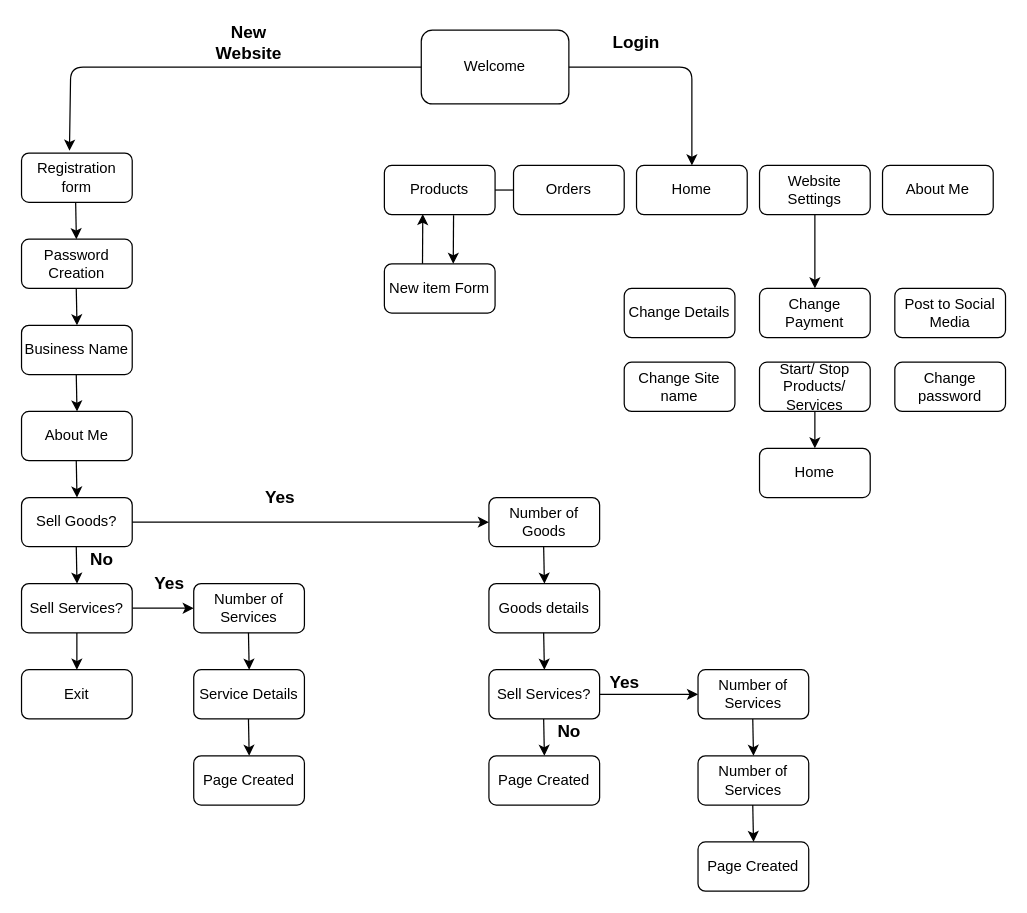
This is Copy of app_eng_latest.drawio from willdonlan8/test, a draw.io file, before an edit. Source tidied: cells renumbered, new cells numbered last; positions are measured from the earlier drawing's top-left corner, leaving out a move shared by most shapes. Both pictures are drawn from the tidied source at 123%, with x=0, y=0 at pixel (21, 30).
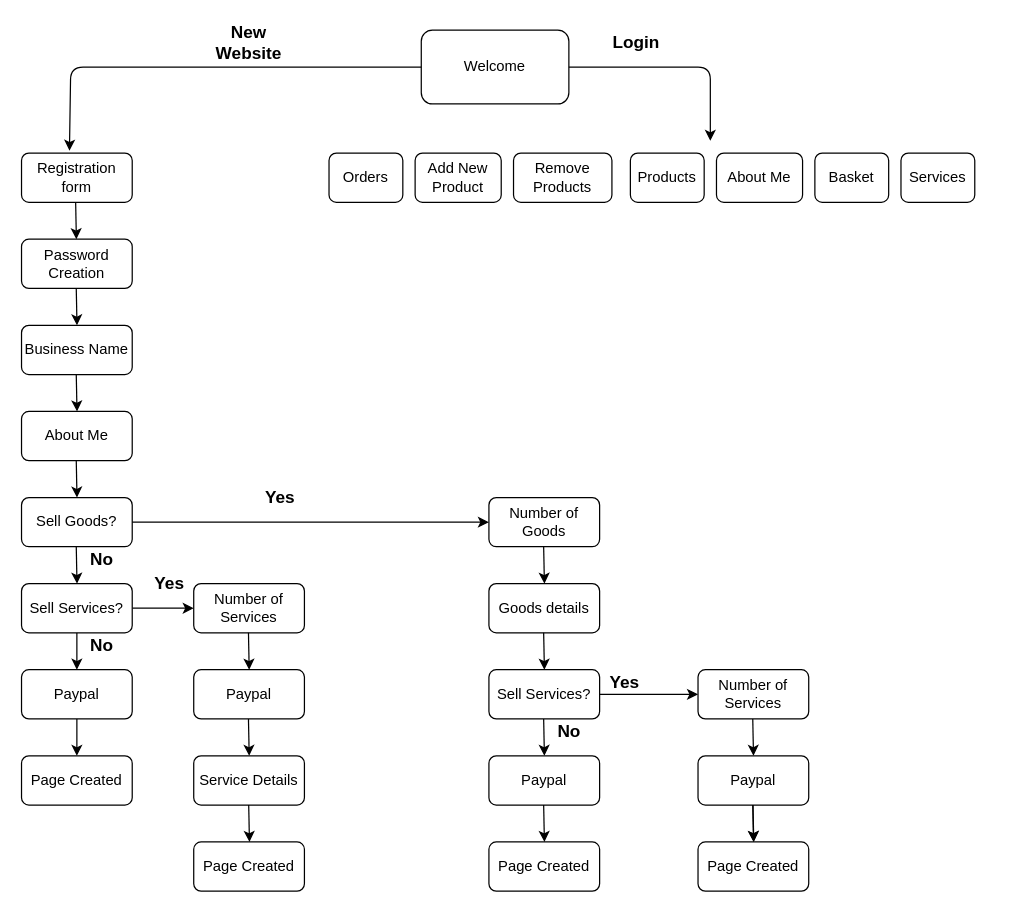
Above is the later version.

The change refers to these unchanged cells:
```xml
<mxCell id="12" value="Sell Services?" style="rounded=1;whiteSpace=wrap;html=1;" parent="1" vertex="1">
  <mxGeometry y="450" width="90" height="40" as="geometry" />
</mxCell>
```

Change to the diagram source:
```diff
@@
-    <mxCell id="5" style="endArrow=classic;html=1;entryX=0.5;entryY=0;entryDx=0;entryDy=0;" parent="1" edge="1" target="47">
+    <mxCell id="5" style="endArrow=classic;html=1;" parent="1" edge="1">
       <mxGeometry relative="1" as="geometry">
         <mxPoint x="445" y="30" as="sourcePoint" />
+        <mxPoint x="560" y="90" as="targetPoint" />
         <Array as="points">
-          <mxPoint x="545" y="30" />
+          <mxPoint x="560" y="30" />
         </Array>
       </mxGeometry>
     </mxCell>
@@
-    <mxCell id="10" style="edgeStyle=orthogonalEdgeStyle;rounded=0;jettySize=auto;html=1;" parent="1" edge="1" source="12" target="13">
-      <mxGeometry relative="1" as="geometry" />
+    <mxCell id="10" style="edgeStyle=orthogonalEdgeStyle;rounded=0;jettySize=auto;html=1;" parent="1" edge="1" source="12">
+      <mxGeometry relative="1" as="geometry">
+        <mxPoint x="45" y="520" as="targetPoint" />
+      </mxGeometry>
     </mxCell>
@@
-    <mxCell id="13" value="Exit" style="rounded=1;whiteSpace=wrap;html=1;" parent="1" vertex="1">
-      <mxGeometry y="520" width="90" height="40" as="geometry" />
-    </mxCell>
@@
     <mxCell id="19" value="Service Details" style="rounded=1;whiteSpace=wrap;html=1;" parent="1" vertex="1">
-      <mxGeometry x="140" y="520" width="90" height="40" as="geometry" />
+      <mxGeometry x="140" y="590" width="90" height="40" as="geometry" />
     </mxCell>
@@
-    <mxCell id="21" value="Number of Services" style="rounded=1;whiteSpace=wrap;html=1;" parent="1" vertex="1">
-      <mxGeometry x="550" y="590" width="90" height="40" as="geometry" />
-    </mxCell>
@@
     <mxCell id="40" value="Page Created" style="rounded=1;whiteSpace=wrap;html=1;" parent="1" vertex="1">
-      <mxGeometry x="140" y="590" width="90" height="40" as="geometry" />
+      <mxGeometry x="140" y="660" width="90" height="40" as="geometry" />
     </mxCell>
@@
     <mxCell id="42" value="Page Created" style="rounded=1;whiteSpace=wrap;html=1;" parent="1" vertex="1">
-      <mxGeometry x="380" y="590" width="90" height="40" as="geometry" />
+      <mxGeometry x="380" y="660" width="90" height="40" as="geometry" />
     </mxCell>
@@
     <mxCell id="45" value="Orders" style="rounded=1;whiteSpace=wrap;html=1;" parent="1" vertex="1">
-      <mxGeometry x="400" y="110" width="90" height="40" as="geometry" />
+      <mxGeometry x="250" y="100" width="60" height="40" as="geometry" />
     </mxCell>
     <mxCell id="46" value="Products" style="rounded=1;whiteSpace=wrap;html=1;" parent="1" vertex="1">
-      <mxGeometry x="295" y="110" width="90" height="40" as="geometry" />
+      <mxGeometry x="495" y="100" width="60" height="40" as="geometry" />
     </mxCell>
-    <mxCell id="47" value="Home" style="rounded=1;whiteSpace=wrap;html=1;" parent="1" vertex="1">
-      <mxGeometry x="500" y="110" width="90" height="40" as="geometry" />
-    </mxCell>
     <mxCell id="48" value="About Me" style="rounded=1;whiteSpace=wrap;html=1;" parent="1" vertex="1">
-      <mxGeometry x="700" y="110" width="90" height="40" as="geometry" />
+      <mxGeometry x="565" y="100" width="70" height="40" as="geometry" />
     </mxCell>
-    <mxCell id="49" value="Website Settings" style="rounded=1;whiteSpace=wrap;html=1;" parent="1" vertex="1">
-      <mxGeometry x="600" y="110" width="90" height="40" as="geometry" />
-    </mxCell>
-    <mxCell id="50" value="New item Form" style="rounded=1;whiteSpace=wrap;html=1;" parent="1" vertex="1">
-      <mxGeometry x="295" y="190" width="90" height="40" as="geometry" />
+    <mxCell id="50" value="Add New&lt;br&gt;Product" style="rounded=1;whiteSpace=wrap;html=1;" parent="1" vertex="1">
+      <mxGeometry x="320" y="100" width="70" height="40" as="geometry" />
     </mxCell>
-    <mxCell id="51" value="Change Details" style="rounded=1;whiteSpace=wrap;html=1;" parent="1" vertex="1">
-      <mxGeometry x="490" y="210" width="90" height="40" as="geometry" />
-    </mxCell>
-    <mxCell id="52" value="Change Site name" style="rounded=1;whiteSpace=wrap;html=1;" parent="1" vertex="1">
-      <mxGeometry x="490" y="270" width="90" height="40" as="geometry" />
-    </mxCell>
-    <mxCell id="53" value="Change password" style="rounded=1;whiteSpace=wrap;html=1;" parent="1" vertex="1">
-      <mxGeometry x="710" y="270" width="90" height="40" as="geometry" />
-    </mxCell>
-    <mxCell id="54" value="Start/ Stop Products/ Services" style="rounded=1;whiteSpace=wrap;html=1;" parent="1" vertex="1">
-      <mxGeometry x="600" y="270" width="90" height="40" as="geometry" />
+    <mxCell id="54" value="Remove Products" style="rounded=1;whiteSpace=wrap;html=1;" parent="1" vertex="1">
+      <mxGeometry x="400" y="100" width="80" height="40" as="geometry" />
     </mxCell>
-    <mxCell id="55" value="Post to Social Media" style="rounded=1;whiteSpace=wrap;html=1;" parent="1" vertex="1">
-      <mxGeometry x="710" y="210" width="90" height="40" as="geometry" />
-    </mxCell>
-    <mxCell id="56" value="Change Payment" style="rounded=1;whiteSpace=wrap;html=1;" parent="1" vertex="1">
-      <mxGeometry x="600" y="210" width="90" height="40" as="geometry" />
-    </mxCell>
-    <mxCell id="57" value="Home" style="rounded=1;whiteSpace=wrap;html=1;" parent="1" vertex="1">
-      <mxGeometry x="600" y="340" width="90" height="40" as="geometry" />
-    </mxCell>
-    <mxCell id="58" style="endArrow=classic;html=1;exitX=0.625;exitY=1.013;exitDx=0;exitDy=0;exitPerimeter=0;" parent="1" edge="1" source="46">
-      <mxGeometry relative="1" as="geometry">
-        <mxPoint x="351" y="190" as="targetPoint" />
-      </mxGeometry>
-    </mxCell>
-    <mxCell id="59" style="endArrow=classic;html=1;exitX=0.5;exitY=1;exitDx=0;exitDy=0;entryX=0.5;entryY=0;entryDx=0;entryDy=0;" parent="1" edge="1" source="49" target="56">
-      <mxGeometry relative="1" as="geometry" />
-    </mxCell>
-    <mxCell id="60" style="endArrow=none;html=1;exitX=1;exitY=0.5;exitDx=0;exitDy=0;" parent="1" edge="1" source="46" target="45">
-      <mxGeometry relative="1" as="geometry" />
-    </mxCell>
-    <mxCell id="61" style="endArrow=classic;html=1;entryX=0.347;entryY=0.988;entryDx=0;entryDy=0;entryPerimeter=0;" parent="1" edge="1" target="46">
-      <mxGeometry relative="1" as="geometry">
-        <mxPoint x="326" y="190" as="sourcePoint" />
-      </mxGeometry>
-    </mxCell>
-    <mxCell id="62" style="endArrow=classic;html=1;" parent="1" edge="1" source="54" target="57">
-      <mxGeometry relative="1" as="geometry" />
-    </mxCell>
+    <mxCell id="63" value="Page Created" style="rounded=1;whiteSpace=wrap;html=1;" parent="1" vertex="1">
+      <mxGeometry y="590" width="90" height="40" as="geometry" />
+    </mxCell>
+    <mxCell id="64" style="edgeStyle=orthogonalEdgeStyle;rounded=0;jettySize=auto;html=1;" parent="1" edge="1" source="65">
+      <mxGeometry relative="1" as="geometry">
+        <mxPoint x="45" y="590" as="targetPoint" />
+      </mxGeometry>
+    </mxCell>
+    <mxCell id="65" value="Paypal" style="rounded=1;whiteSpace=wrap;html=1;" parent="1" vertex="1">
+      <mxGeometry y="520" width="90" height="40" as="geometry" />
+    </mxCell>
+    <mxCell id="66" value="&lt;font style=&quot;font-size: 14px&quot;&gt;&lt;b&gt;No&lt;/b&gt;&lt;/font&gt;" style="text;html=1;align=center;verticalAlign=middle;fillColor=none;strokeColor=none;rounded=0;" parent="1" vertex="1">
+      <mxGeometry x="50" y="490" width="30" height="20" as="geometry" />
+    </mxCell>
+    <mxCell id="67" value="Paypal" style="rounded=1;whiteSpace=wrap;html=1;" parent="1" vertex="1">
+      <mxGeometry x="140" y="520" width="90" height="40" as="geometry" />
+    </mxCell>
+    <mxCell id="68" value="Paypal" style="rounded=1;whiteSpace=wrap;html=1;" parent="1" vertex="1">
+      <mxGeometry x="380" y="590" width="90" height="40" as="geometry" />
+    </mxCell>
+    <mxCell id="69" style="endArrow=classic;html=1;" parent="1" edge="1">
+      <mxGeometry relative="1" as="geometry">
+        <mxPoint x="424.5" y="630" as="sourcePoint" />
+        <mxPoint x="425.1" y="660" as="targetPoint" />
+      </mxGeometry>
+    </mxCell>
+    <mxCell id="70" style="endArrow=classic;html=1;" parent="1" edge="1">
+      <mxGeometry relative="1" as="geometry">
+        <mxPoint x="184.7" y="630" as="sourcePoint" />
+        <mxPoint x="185.3" y="660" as="targetPoint" />
+      </mxGeometry>
+    </mxCell>
+    <mxCell id="71" value="Paypal" style="rounded=1;whiteSpace=wrap;html=1;" parent="1" vertex="1">
+      <mxGeometry x="550" y="590" width="90" height="40" as="geometry" />
+    </mxCell>
+    <mxCell id="72" style="endArrow=classic;html=1;" parent="1" edge="1">
+      <mxGeometry relative="1" as="geometry">
+        <mxPoint x="594.7" y="630" as="sourcePoint" />
+        <mxPoint x="595.3" y="660" as="targetPoint" />
+      </mxGeometry>
+    </mxCell>
+    <mxCell id="73" value="Services" style="rounded=1;whiteSpace=wrap;html=1;" parent="1" vertex="1">
+      <mxGeometry x="715" y="100" width="60" height="40" as="geometry" />
+    </mxCell>
+    <mxCell id="74" value="Basket" style="rounded=1;whiteSpace=wrap;html=1;" parent="1" vertex="1">
+      <mxGeometry x="645" y="100" width="60" height="40" as="geometry" />
+    </mxCell>
```
